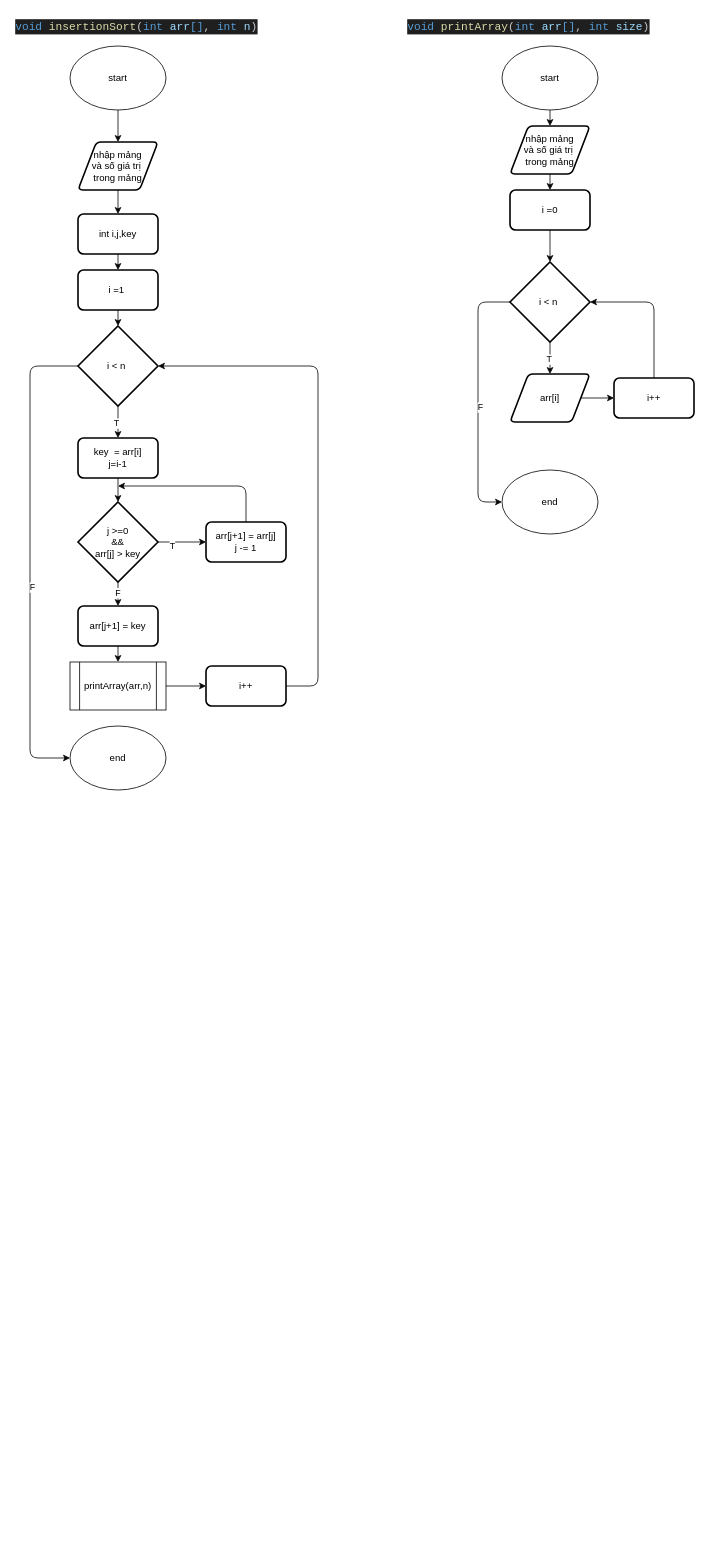
SeeleFuai/Lab9 keeps this draw.io diagram as 24000220_NguyenTungAnh_Lab9.drawio. Above is the earlier version. Source tidied: cells renumbered, new cells numbered last; positions are measured from the earlier drawing's top-left corner, leaving out a move shared by most shapes. Both pictures are drawn from the tidied source at 80%, with x=0, y=0 at pixel (14, 14).
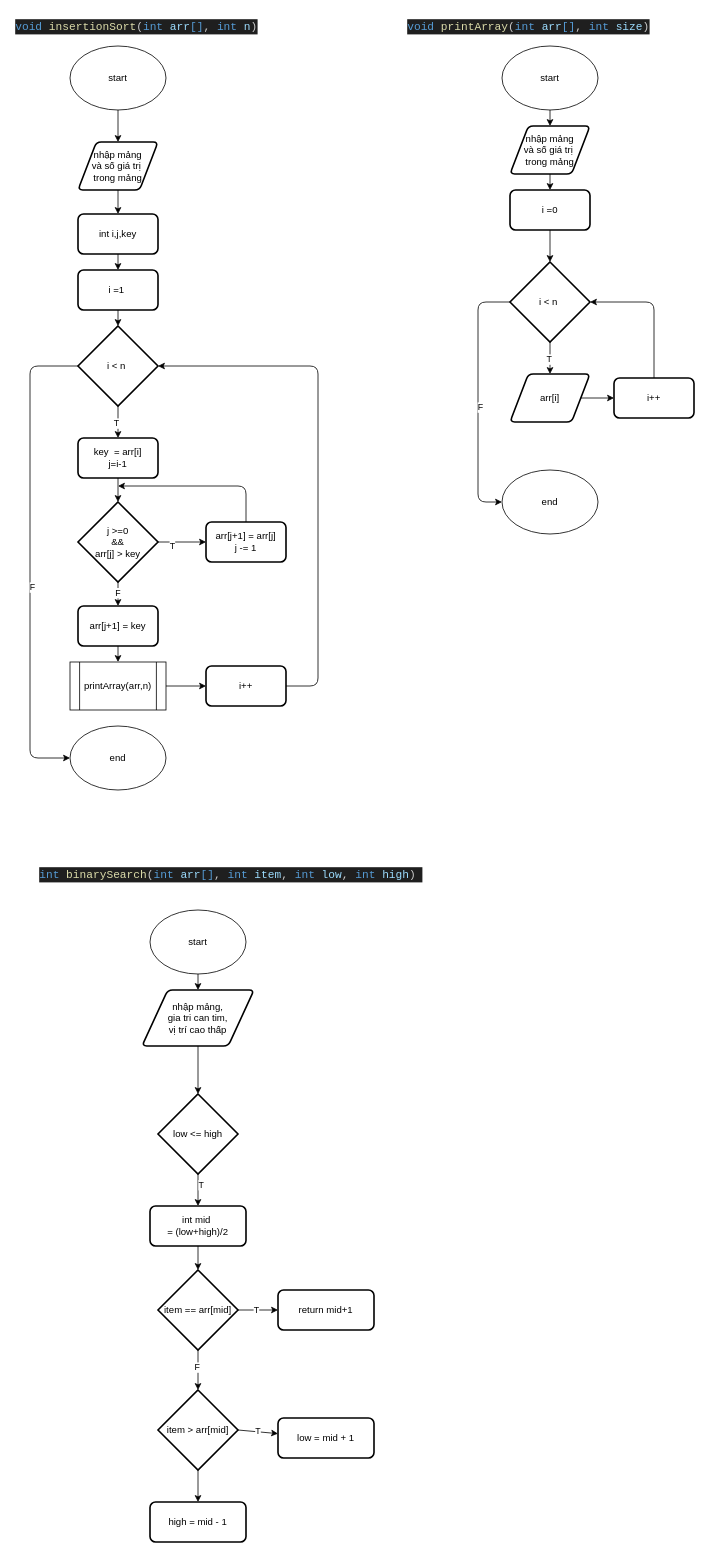
The same page after the edit.

Change to the diagram source:
```diff
@@
+    <mxCell id="49" value="&lt;div style=&quot;color: #cccccc;background-color: #1f1f1f;font-family: Consolas, 'Courier New', monospace;font-weight: normal;font-size: 14px;line-height: 19px;white-space: pre;&quot;&gt;&lt;div&gt;&lt;span style=&quot;color: #569cd6;&quot;&gt;int&lt;/span&gt;&lt;span style=&quot;color: #cccccc;&quot;&gt; &lt;/span&gt;&lt;span style=&quot;color: #dcdcaa;&quot;&gt;binarySearch&lt;/span&gt;&lt;span style=&quot;color: #cccccc;&quot;&gt;(&lt;/span&gt;&lt;span style=&quot;color: #569cd6;&quot;&gt;int&lt;/span&gt;&lt;span style=&quot;color: #cccccc;&quot;&gt; &lt;/span&gt;&lt;span style=&quot;color: #9cdcfe;&quot;&gt;arr&lt;/span&gt;&lt;span style=&quot;color: #569cd6;&quot;&gt;[]&lt;/span&gt;&lt;span style=&quot;color: #cccccc;&quot;&gt;, &lt;/span&gt;&lt;span style=&quot;color: #569cd6;&quot;&gt;int&lt;/span&gt;&lt;span style=&quot;color: #cccccc;&quot;&gt; &lt;/span&gt;&lt;span style=&quot;color: #9cdcfe;&quot;&gt;item&lt;/span&gt;&lt;span style=&quot;color: #cccccc;&quot;&gt;, &lt;/span&gt;&lt;span style=&quot;color: #569cd6;&quot;&gt;int&lt;/span&gt;&lt;span style=&quot;color: #cccccc;&quot;&gt; &lt;/span&gt;&lt;span style=&quot;color: #9cdcfe;&quot;&gt;low&lt;/span&gt;&lt;span style=&quot;color: #cccccc;&quot;&gt;, &lt;/span&gt;&lt;span style=&quot;color: #569cd6;&quot;&gt;int&lt;/span&gt;&lt;span style=&quot;color: #cccccc;&quot;&gt; &lt;/span&gt;&lt;span style=&quot;color: #9cdcfe;&quot;&gt;high&lt;/span&gt;&lt;span style=&quot;color: #cccccc;&quot;&gt;) &lt;/span&gt;&lt;/div&gt;&lt;/div&gt;" style="text;whiteSpace=wrap;html=1;" parent="1" vertex="1">
+      <mxGeometry x="30" y="1060" width="470" height="40" as="geometry" />
+    </mxCell>
+    <mxCell id="50" style="edgeStyle=none;html=1;exitX=0.5;exitY=1;exitDx=0;exitDy=0;" parent="1" edge="1" source="51" target="53">
+      <mxGeometry relative="1" as="geometry" />
+    </mxCell>
+    <mxCell id="51" value="start" style="ellipse;whiteSpace=wrap;html=1;" parent="1" vertex="1">
+      <mxGeometry x="170" y="1120" width="120" height="80" as="geometry" />
+    </mxCell>
+    <mxCell id="52" style="edgeStyle=none;html=1;exitX=0.5;exitY=1;exitDx=0;exitDy=0;" parent="1" edge="1" source="53" target="56">
+      <mxGeometry relative="1" as="geometry" />
+    </mxCell>
+    <mxCell id="53" value="nhập mảng,&lt;div&gt;gia tri can tim,&lt;/div&gt;&lt;div&gt;vị trí cao thấp&lt;/div&gt;" style="shape=parallelogram;html=1;strokeWidth=2;perimeter=parallelogramPerimeter;whiteSpace=wrap;rounded=1;arcSize=12;size=0.23;" parent="1" vertex="1">
+      <mxGeometry x="160" y="1220" width="140" height="70" as="geometry" />
+    </mxCell>
+    <mxCell id="54" style="edgeStyle=none;html=1;exitX=0.5;exitY=1;exitDx=0;exitDy=0;exitPerimeter=0;entryX=0.5;entryY=0;entryDx=0;entryDy=0;" parent="1" edge="1" source="56" target="57">
+      <mxGeometry relative="1" as="geometry" />
+    </mxCell>
+    <mxCell id="55" value="T" style="edgeLabel;html=1;align=center;verticalAlign=middle;" parent="54" vertex="1">
+      <mxGeometry x="-0.35" y="3" relative="1" as="geometry" />
+    </mxCell>
+    <mxCell id="56" value="low &amp;lt;= high" style="strokeWidth=2;html=1;shape=mxgraph.flowchart.decision;whiteSpace=wrap;" parent="1" vertex="1">
+      <mxGeometry x="180" y="1350" width="100" height="100" as="geometry" />
+    </mxCell>
+    <mxCell id="57" value="int mid&amp;nbsp;&lt;div&gt;= (low+high)/2&lt;/div&gt;" style="rounded=1;whiteSpace=wrap;html=1;absoluteArcSize=1;arcSize=14;strokeWidth=2;" parent="1" vertex="1">
+      <mxGeometry x="170" y="1490" width="120" height="50" as="geometry" />
+    </mxCell>
+    <mxCell id="58" style="edgeStyle=none;html=1;exitX=1;exitY=0.5;exitDx=0;exitDy=0;exitPerimeter=0;entryX=0;entryY=0.5;entryDx=0;entryDy=0;" parent="1" edge="1" source="62" target="64">
+      <mxGeometry relative="1" as="geometry" />
+    </mxCell>
+    <mxCell id="59" value="T" style="edgeLabel;html=1;align=center;verticalAlign=middle;" parent="58" vertex="1">
+      <mxGeometry x="-0.11" y="1" relative="1" as="geometry" />
+    </mxCell>
+    <mxCell id="60" style="edgeStyle=none;html=1;exitX=0.5;exitY=1;exitDx=0;exitDy=0;exitPerimeter=0;" parent="1" edge="1" source="62" target="68">
+      <mxGeometry relative="1" as="geometry" />
+    </mxCell>
+    <mxCell id="61" value="F" style="edgeLabel;html=1;align=center;verticalAlign=middle;" parent="60" vertex="1">
+      <mxGeometry x="-0.15" y="-2" relative="1" as="geometry" />
+    </mxCell>
+    <mxCell id="62" value="item == arr[mid]" style="strokeWidth=2;html=1;shape=mxgraph.flowchart.decision;whiteSpace=wrap;" parent="1" vertex="1">
+      <mxGeometry x="180" y="1570" width="100" height="100" as="geometry" />
+    </mxCell>
+    <mxCell id="63" style="edgeStyle=none;html=1;exitX=0.5;exitY=1;exitDx=0;exitDy=0;entryX=0.5;entryY=0;entryDx=0;entryDy=0;entryPerimeter=0;" parent="1" edge="1" source="57" target="62">
+      <mxGeometry relative="1" as="geometry" />
+    </mxCell>
+    <mxCell id="64" value="return mid+1" style="rounded=1;whiteSpace=wrap;html=1;absoluteArcSize=1;arcSize=14;strokeWidth=2;" parent="1" vertex="1">
+      <mxGeometry x="330" y="1595" width="120" height="50" as="geometry" />
+    </mxCell>
+    <mxCell id="65" style="edgeStyle=none;html=1;exitX=1;exitY=0.5;exitDx=0;exitDy=0;exitPerimeter=0;" parent="1" edge="1" source="68" target="69">
+      <mxGeometry relative="1" as="geometry" />
+    </mxCell>
+    <mxCell id="66" value="T" style="edgeLabel;html=1;align=center;verticalAlign=middle;" parent="65" vertex="1">
+      <mxGeometry x="-0.02" y="1" relative="1" as="geometry" />
+    </mxCell>
+    <mxCell id="67" style="edgeStyle=none;html=1;exitX=0.5;exitY=1;exitDx=0;exitDy=0;exitPerimeter=0;" parent="1" edge="1" source="68">
+      <mxGeometry relative="1" as="geometry">
+        <mxPoint x="230" y="1860" as="targetPoint" />
+      </mxGeometry>
+    </mxCell>
+    <mxCell id="68" value="item &amp;gt; arr[mid]" style="strokeWidth=2;html=1;shape=mxgraph.flowchart.decision;whiteSpace=wrap;" parent="1" vertex="1">
+      <mxGeometry x="180" y="1720" width="100" height="100" as="geometry" />
+    </mxCell>
+    <mxCell id="69" value="low = mid + 1" style="rounded=1;whiteSpace=wrap;html=1;absoluteArcSize=1;arcSize=14;strokeWidth=2;" parent="1" vertex="1">
+      <mxGeometry x="330" y="1755" width="120" height="50" as="geometry" />
+    </mxCell>
+    <mxCell id="70" value="high = mid - 1" style="rounded=1;whiteSpace=wrap;html=1;absoluteArcSize=1;arcSize=14;strokeWidth=2;" parent="1" vertex="1">
+      <mxGeometry x="170" y="1860" width="120" height="50" as="geometry" />
+    </mxCell>
```
